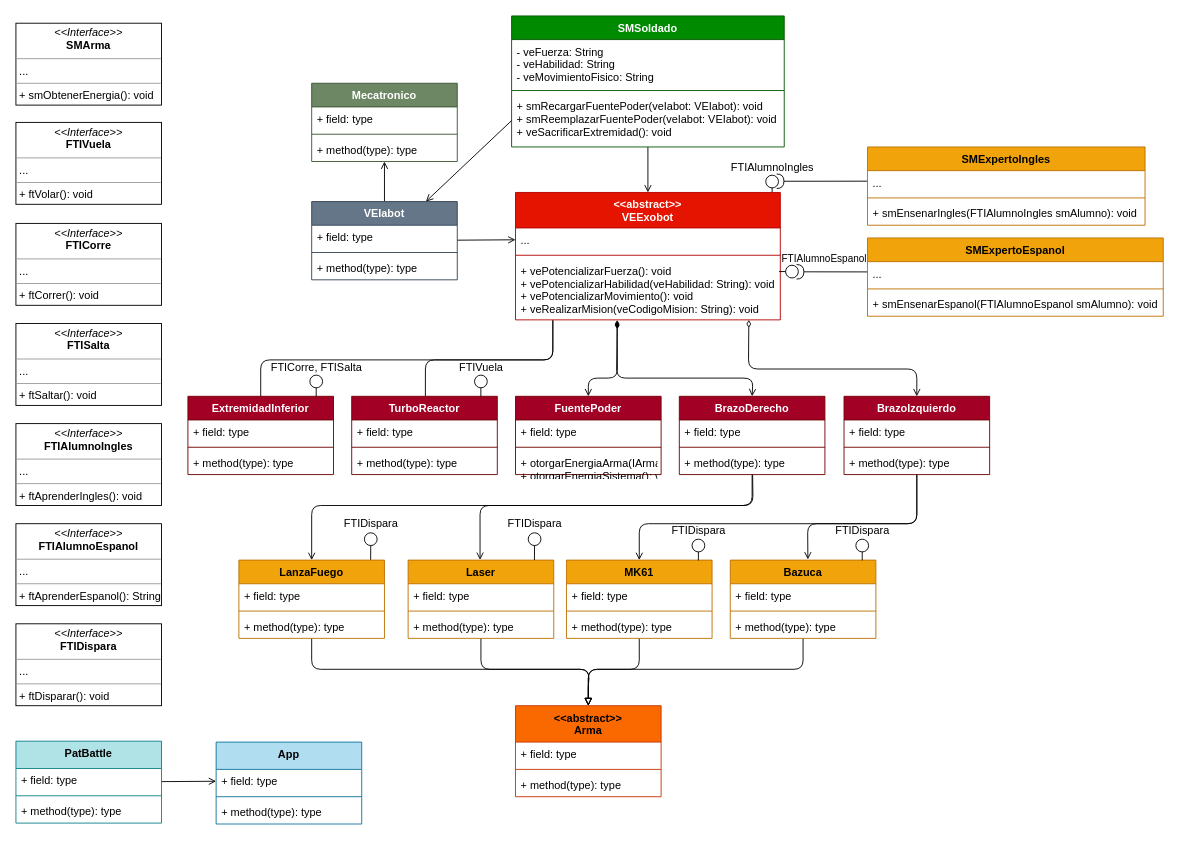
Above: utilities/SMDC.Exobot.drawio in mateonicolasg/Grupo5.Exobot (draw.io), before the change. Source tidied: cells renumbered, new cells numbered last; positions are measured from the earlier drawing's top-left corner, leaving out a move shared by most shapes. Both pictures are drawn from the tidied source at 91%, with x=0, y=0 at pixel (15, 15).
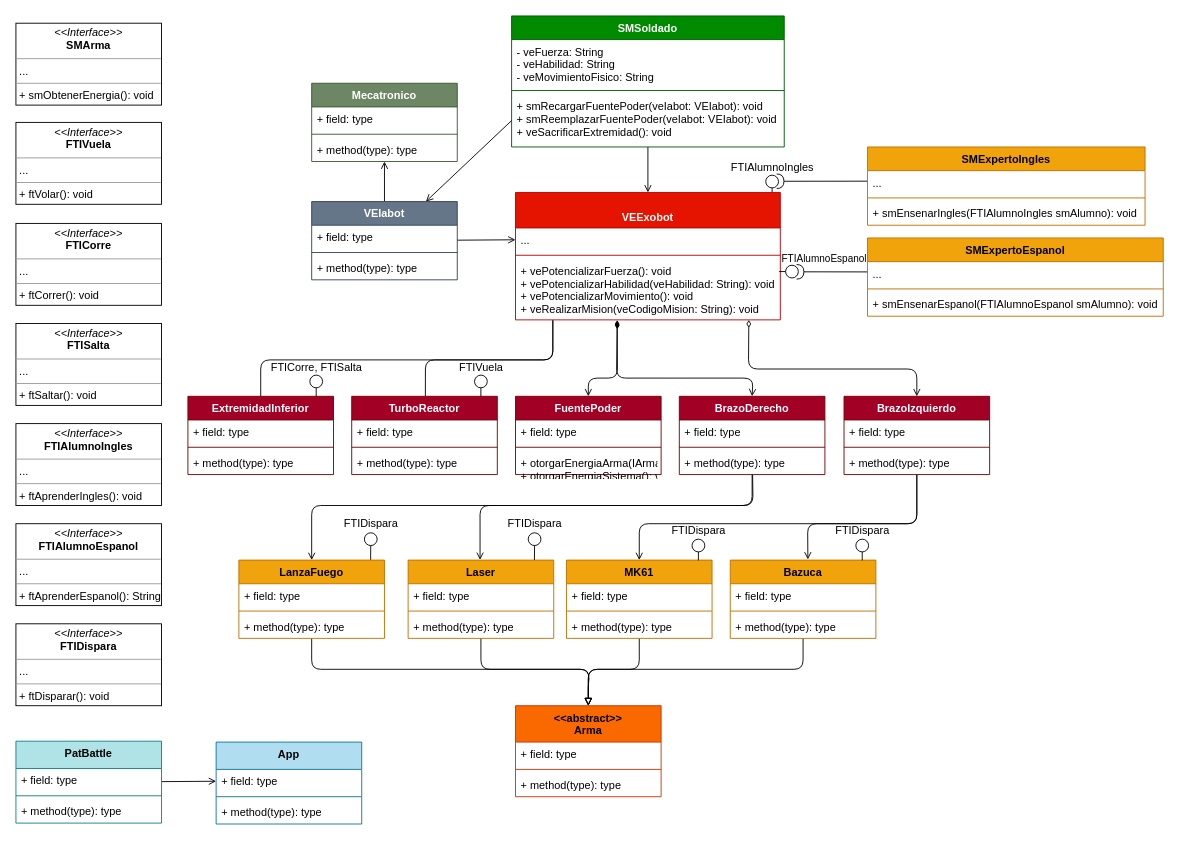
Above is the later version.

Diff of the diagram source:
```diff
@@
-    <mxCell id="8" value="&lt;&lt;abstract&gt;&gt;&#10;VEExobot" style="swimlane;fontStyle=1;align=center;verticalAlign=top;horizontal=1;startSize=39;fillColor=#e51400;strokeColor=#B20000;fontColor=#ffffff;" parent="1" vertex="1">
+    <mxCell id="8" value="&#10;VEExobot" style="swimlane;fontStyle=1;align=center;verticalAlign=top;horizontal=1;startSize=39;fillColor=#e51400;strokeColor=#B20000;fontColor=#ffffff;" parent="1" vertex="1">
       <mxGeometry x="549" y="194" width="291" height="140" as="geometry" />
     </mxCell>
```
